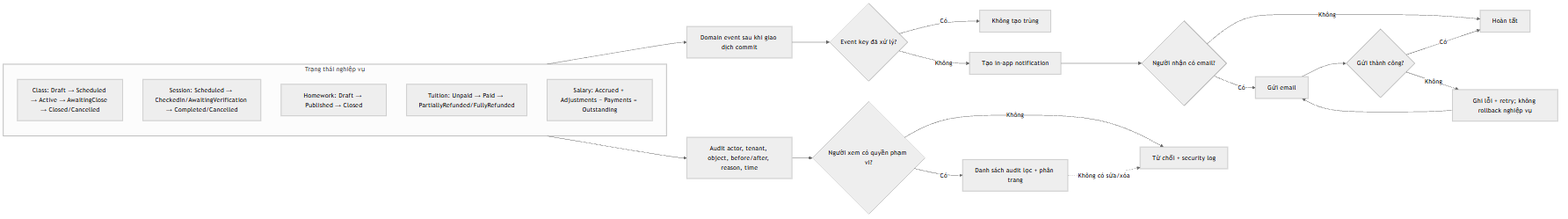
hieudn2412/class-manage-system keeps this Mermaid diagram as docs/flows/rendered/png/FL-14-state-notification-audit.png. Above is the earlier version. Its source is kept beside it as docs/flows/sources/FL-14-state-notification-audit.mmd. Source of this version:
```mermaid
flowchart LR
  subgraph STATES["Trạng thái nghiệp vụ"]
    CLASS["Class: Draft → Scheduled → Active → AwaitingClose → Closed/Cancelled"]
    SESSION["Session: Scheduled → CheckedIn/AwaitingVerification → Completed/Cancelled"]
    HW["Homework: Draft → Published → Closed"]
    TUITION["Tuition: Unpaid → Paid → PartiallyRefunded/FullyRefunded"]
    SALARY["Salary: Accrued + Adjustments − Payments = Outstanding"]
  end

  STATES --> EVENT["Domain event sau khi giao dịch commit"]
  EVENT --> DEDUPE{"Event key đã xử lý?"}
  DEDUPE -->|Có| STOP["Không tạo trùng"]
  DEDUPE -->|Không| APP["Tạo in-app notification"]
  APP --> EMAIL{"Người nhận có email?"}
  EMAIL -->|Có| SEND["Gửi email"]
  EMAIL -->|Không| DONE["Hoàn tất"]
  SEND --> RESULT{"Gửi thành công?"}
  RESULT -->|Có| DONE
  RESULT -->|Không| RETRY["Ghi lỗi + retry; không rollback nghiệp vụ"]
  RETRY --> SEND

  STATES --> AUDIT["Audit actor, tenant, object, before/after, reason, time"]
  AUDIT --> SCOPE{"Người xem có quyền phạm vi?"}
  SCOPE -->|Có| VIEW["Danh sách audit lọc + phân trang"]
  SCOPE -->|Không| DENY["Từ chối + security log"]
  VIEW -. "Không có sửa/xóa" .-> DENY
```
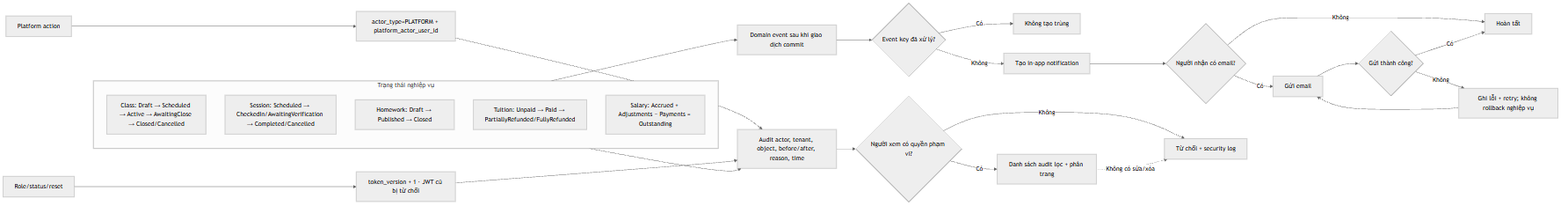
Above is the later version.

The edit, as a diff of the source:
```diff
@@ -20,6 +20,10 @@
   RETRY --> SEND
 
   STATES --> AUDIT["Audit actor, tenant, object, before/after, reason, time"]
+  PLATFORM["Platform action"] --> PAUDIT["actor_type=PLATFORM + platform_actor_user_id"]
+  PAUDIT --> AUDIT
+  ACCOUNT["Role/status/reset"] --> REVOKE["token_version + 1 · JWT cũ bị từ chối"]
+  REVOKE --> AUDIT
   AUDIT --> SCOPE{"Người xem có quyền phạm vi?"}
   SCOPE -->|Có| VIEW["Danh sách audit lọc + phân trang"]
   SCOPE -->|Không| DENY["Từ chối + security log"]
```
